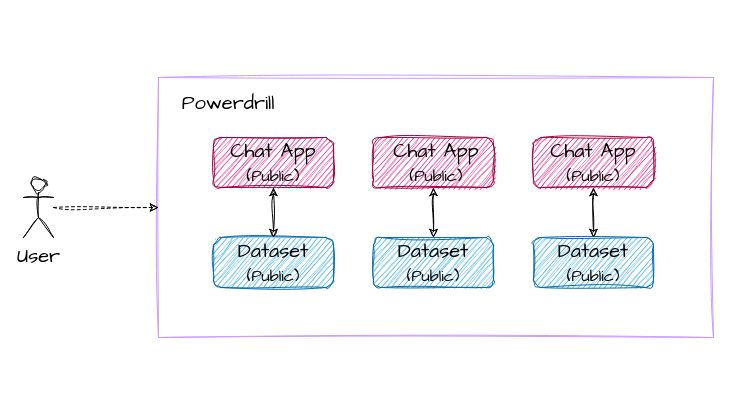
powerdrillai/powerdrill_docs keeps this draw.io diagram as images/chat_app.drawio. Above is the earlier version. Source tidied: cells renumbered, new cells numbered last; positions are measured from the earlier drawing's top-left corner, leaving out a move shared by most shapes. Both pictures are drawn from the tidied source at 100%, with x=0, y=0 at pixel (23, 77).
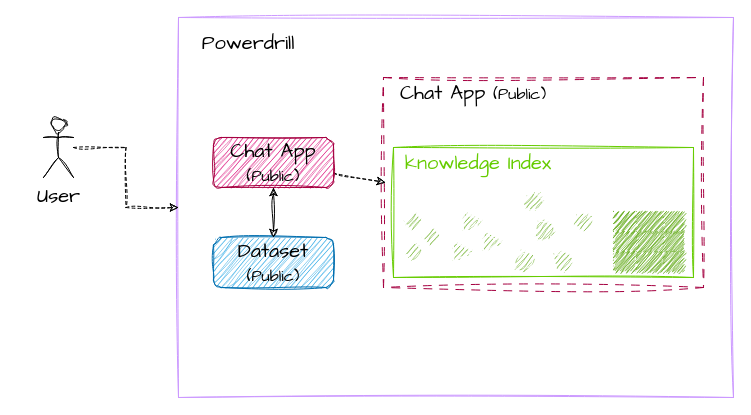
The same page after the edit.

Unchanged cells that the change refers to:
```xml
<mxCell id="17" style="rounded=1;whiteSpace=wrap;html=1;sketch=1;curveFitting=1;jiggle=2;fillColor=#d80073;fontColor=#ffffff;strokeColor=#A50040;" parent="1" vertex="1">
  <mxGeometry x="190" y="60" width="120" height="50" as="geometry" />
</mxCell>
```

The edit, as a diff of the source:
```diff
@@
     <mxCell id="2" style="rounded=0;whiteSpace=wrap;html=1;sketch=1;hachureGap=4;jiggle=2;curveFitting=1;fontFamily=Architects Daughter;fontSize=20;strokeColor=#CC99FF;" parent="1" vertex="1">
-      <mxGeometry x="135" width="555" height="260" as="geometry" />
+      <mxGeometry x="155" y="-60" width="555" height="380" as="geometry" />
     </mxCell>
-    <mxCell id="3" style="rounded=1;whiteSpace=wrap;html=1;sketch=1;curveFitting=1;jiggle=2;fillColor=#1ba1e2;fontColor=#ffffff;strokeColor=#006EAF;" parent="1" vertex="1">
-      <mxGeometry x="350" y="160" width="120" height="50" as="geometry" />
-    </mxCell>
-    <mxCell id="4" value="Dataset&lt;br&gt;&lt;font style=&quot;font-size: 16px;&quot;&gt;(Public)&lt;/font&gt;" style="text;html=1;strokeColor=none;fillColor=none;align=center;verticalAlign=middle;whiteSpace=wrap;rounded=0;fontSize=20;fontFamily=Architects Daughter;sketch=1;curveFitting=1;jiggle=2;" parent="1" vertex="1">
-      <mxGeometry x="380" y="170" width="60" height="30" as="geometry" />
-    </mxCell>
     <mxCell id="5" value="Powerdrill" style="text;html=1;strokeColor=none;fillColor=none;align=center;verticalAlign=middle;whiteSpace=wrap;rounded=0;fontSize=20;fontFamily=Architects Daughter;sketch=1;curveFitting=1;jiggle=2;" parent="1" vertex="1">
-      <mxGeometry x="175" y="10" width="60" height="30" as="geometry" />
+      <mxGeometry x="195" y="-50" width="60" height="30" as="geometry" />
     </mxCell>
@@
     <mxCell id="7" value="User" style="shape=umlActor;verticalLabelPosition=bottom;verticalAlign=top;html=1;outlineConnect=0;sketch=1;hachureGap=4;jiggle=2;curveFitting=1;fontFamily=Architects Daughter;fontSize=20;" parent="1" vertex="1">
-      <mxGeometry y="100" width="30" height="60" as="geometry" />
+      <mxGeometry x="20" y="40" width="30" height="60" as="geometry" />
     </mxCell>
-    <mxCell id="8" style="edgeStyle=orthogonalEdgeStyle;rounded=0;sketch=1;hachureGap=4;jiggle=2;curveFitting=1;jettySize=auto;html=1;entryX=0.5;entryY=0;entryDx=0;entryDy=0;fontFamily=Architects Daughter;fontSize=16;startArrow=classic;startFill=1;" parent="1" edge="1" source="9" target="3">
-      <mxGeometry relative="1" as="geometry" />
-    </mxCell>
-    <mxCell id="9" style="rounded=1;whiteSpace=wrap;html=1;sketch=1;curveFitting=1;jiggle=2;fillColor=#d80073;fontColor=#ffffff;strokeColor=#A50040;" parent="1" vertex="1">
-      <mxGeometry x="350" y="60" width="120" height="50" as="geometry" />
-    </mxCell>
-    <mxCell id="10" style="rounded=1;whiteSpace=wrap;html=1;sketch=1;curveFitting=1;jiggle=2;fillColor=#1ba1e2;fontColor=#ffffff;strokeColor=#006EAF;" parent="1" vertex="1">
-      <mxGeometry x="510" y="160" width="120" height="50" as="geometry" />
-    </mxCell>
-    <mxCell id="11" value="Dataset&lt;br&gt;&lt;font style=&quot;font-size: 16px;&quot;&gt;(Public)&lt;/font&gt;" style="text;html=1;strokeColor=none;fillColor=none;align=center;verticalAlign=middle;whiteSpace=wrap;rounded=0;fontSize=20;fontFamily=Architects Daughter;sketch=1;curveFitting=1;jiggle=2;" parent="1" vertex="1">
-      <mxGeometry x="540" y="170" width="60" height="30" as="geometry" />
-    </mxCell>
-    <mxCell id="12" style="edgeStyle=orthogonalEdgeStyle;rounded=0;sketch=1;hachureGap=4;jiggle=2;curveFitting=1;jettySize=auto;html=1;entryX=0.5;entryY=0;entryDx=0;entryDy=0;fontFamily=Architects Daughter;fontSize=16;startArrow=classic;startFill=1;" parent="1" edge="1" source="13" target="10">
-      <mxGeometry relative="1" as="geometry" />
-    </mxCell>
-    <mxCell id="13" style="rounded=1;whiteSpace=wrap;html=1;sketch=1;curveFitting=1;jiggle=2;fillColor=#d80073;fontColor=#ffffff;strokeColor=#A50040;" parent="1" vertex="1">
-      <mxGeometry x="510" y="60" width="120" height="50" as="geometry" />
-    </mxCell>
@@
+    <mxCell id="21" style="rounded=0;sketch=1;hachureGap=4;jiggle=2;curveFitting=1;jettySize=auto;html=1;entryX=0.006;entryY=0.5;entryDx=0;entryDy=0;entryPerimeter=0;fontFamily=Architects Daughter;fontSize=16;dashed=1;" parent="1" edge="1" source="17" target="22">
+      <mxGeometry relative="1" as="geometry" />
+    </mxCell>
@@
-    <mxCell id="19" value="Chat App&lt;br&gt;&lt;font style=&quot;font-size: 16px;&quot;&gt;(Public)&lt;/font&gt;" style="text;html=1;strokeColor=none;fillColor=none;align=center;verticalAlign=middle;whiteSpace=wrap;rounded=0;fontSize=20;fontFamily=Architects Daughter;sketch=1;curveFitting=1;jiggle=2;" parent="1" vertex="1">
-      <mxGeometry x="362.5" y="70" width="100" height="30" as="geometry" />
-    </mxCell>
-    <mxCell id="20" value="Chat App&lt;br&gt;&lt;font style=&quot;font-size: 16px;&quot;&gt;(Public)&lt;/font&gt;" style="text;html=1;strokeColor=none;fillColor=none;align=center;verticalAlign=middle;whiteSpace=wrap;rounded=0;fontSize=20;fontFamily=Architects Daughter;sketch=1;curveFitting=1;jiggle=2;" parent="1" vertex="1">
-      <mxGeometry x="520" y="70" width="100" height="30" as="geometry" />
-    </mxCell>
+    <mxCell id="22" style="rounded=0;whiteSpace=wrap;html=1;sketch=1;hachureGap=4;jiggle=2;curveFitting=1;fontFamily=Architects Daughter;fontSize=20;strokeColor=#A50040;dashed=1;dashPattern=8 8;" parent="1" vertex="1">
+      <mxGeometry x="360" width="320" height="210" as="geometry" />
+    </mxCell>
+    <mxCell id="23" value="Chat App&amp;nbsp;&lt;font style=&quot;font-size: 16px;&quot;&gt;(Public)&lt;/font&gt;" style="text;html=1;strokeColor=none;fillColor=none;align=center;verticalAlign=middle;whiteSpace=wrap;rounded=0;fontSize=20;fontFamily=Architects Daughter;sketch=1;curveFitting=1;jiggle=2;" parent="1" vertex="1">
+      <mxGeometry x="360" width="180" height="30" as="geometry" />
+    </mxCell>
+    <mxCell id="24" style="rhombus;whiteSpace=wrap;html=1;sketch=1;hachureGap=4;jiggle=2;curveFitting=1;fontFamily=Architects Daughter;fontSize=20;fillColor=#60a917;fontColor=#ffffff;strokeColor=#FFFFFF;" parent="1" vertex="1">
+      <mxGeometry x="380" y="134" width="20" height="20" as="geometry" />
+    </mxCell>
+    <mxCell id="25" style="triangle;whiteSpace=wrap;html=1;sketch=1;hachureGap=4;jiggle=2;curveFitting=1;fontFamily=Architects Daughter;fontSize=20;fillColor=#60a917;fontColor=#ffffff;strokeColor=#FFFFFF;" parent="1" vertex="1">
+      <mxGeometry x="440" y="134" width="20" height="20" as="geometry" />
+    </mxCell>
+    <mxCell id="26" style="ellipse;whiteSpace=wrap;html=1;sketch=1;hachureGap=4;jiggle=2;curveFitting=1;fontFamily=Architects Daughter;fontSize=20;fillColor=#60a917;fontColor=#ffffff;strokeColor=#FFFFFF;" parent="1" vertex="1">
+      <mxGeometry x="510" y="144" width="20" height="20" as="geometry" />
+    </mxCell>
+    <mxCell id="27" style="ellipse;whiteSpace=wrap;html=1;sketch=1;hachureGap=4;jiggle=2;curveFitting=1;fontFamily=Architects Daughter;fontSize=20;fillColor=#60a917;fontColor=#ffffff;strokeColor=#FFFFFF;" parent="1" vertex="1">
+      <mxGeometry x="490" y="174" width="20" height="20" as="geometry" />
+    </mxCell>
+    <mxCell id="28" style="ellipse;whiteSpace=wrap;html=1;sketch=1;hachureGap=4;jiggle=2;curveFitting=1;fontFamily=Architects Daughter;fontSize=20;fillColor=#60a917;fontColor=#ffffff;strokeColor=#FFFFFF;" parent="1" vertex="1">
+      <mxGeometry x="530" y="174" width="20" height="20" as="geometry" />
+    </mxCell>
+    <mxCell id="29" style="ellipse;whiteSpace=wrap;html=1;sketch=1;hachureGap=4;jiggle=2;curveFitting=1;fontFamily=Architects Daughter;fontSize=20;fillColor=#60a917;fontColor=#ffffff;strokeColor=#FFFFFF;" parent="1" vertex="1">
+      <mxGeometry x="500" y="114" width="20" height="20" as="geometry" />
+    </mxCell>
+    <mxCell id="30" style="endArrow=none;html=1;rounded=0;sketch=1;hachureGap=4;jiggle=2;curveFitting=1;fontFamily=Architects Daughter;fontSize=16;entryX=0.5;entryY=1;entryDx=0;entryDy=0;exitX=0;exitY=0;exitDx=0;exitDy=0;fillColor=#60a917;strokeColor=#FFFFFF;" parent="1" edge="1" source="26" target="29">
+      <mxGeometry relative="1" as="geometry" />
+    </mxCell>
+    <mxCell id="31" style="endArrow=none;html=1;rounded=0;sketch=1;hachureGap=4;jiggle=2;curveFitting=1;fontFamily=Architects Daughter;fontSize=16;entryX=0.5;entryY=1;entryDx=0;entryDy=0;exitX=1;exitY=0;exitDx=0;exitDy=0;fillColor=#60a917;strokeColor=#FFFFFF;" parent="1" edge="1" source="27" target="26">
+      <mxGeometry relative="1" as="geometry" />
+    </mxCell>
+    <mxCell id="32" style="endArrow=none;html=1;rounded=0;sketch=1;hachureGap=4;jiggle=2;curveFitting=1;fontFamily=Architects Daughter;fontSize=16;entryX=1;entryY=1;entryDx=0;entryDy=0;exitX=0;exitY=0;exitDx=0;exitDy=0;fillColor=#60a917;strokeColor=#FFFFFF;" parent="1" edge="1" source="28" target="26">
+      <mxGeometry relative="1" as="geometry" />
+    </mxCell>
+    <mxCell id="33" style="ellipse;whiteSpace=wrap;html=1;sketch=1;hachureGap=4;jiggle=2;curveFitting=1;fontFamily=Architects Daughter;fontSize=20;fillColor=#60a917;fontColor=#ffffff;strokeColor=#FFFFFF;" parent="1" vertex="1">
+      <mxGeometry x="550" y="134" width="20" height="20" as="geometry" />
+    </mxCell>
+    <mxCell id="34" style="endArrow=none;html=1;rounded=0;sketch=1;hachureGap=4;jiggle=2;curveFitting=1;fontFamily=Architects Daughter;fontSize=16;entryX=0;entryY=0.5;entryDx=0;entryDy=0;exitX=1;exitY=0.5;exitDx=0;exitDy=0;fillColor=#60a917;strokeColor=#FFFFFF;" parent="1" edge="1" source="26" target="33">
+      <mxGeometry relative="1" as="geometry" />
+    </mxCell>
+    <mxCell id="35" style="triangle;whiteSpace=wrap;html=1;sketch=1;hachureGap=4;jiggle=2;curveFitting=1;fontFamily=Architects Daughter;fontSize=20;fillColor=#60a917;fontColor=#ffffff;strokeColor=#FFFFFF;" parent="1" vertex="1">
+      <mxGeometry x="430" y="164" width="20" height="20" as="geometry" />
+    </mxCell>
+    <mxCell id="36" style="triangle;whiteSpace=wrap;html=1;sketch=1;hachureGap=4;jiggle=2;curveFitting=1;fontFamily=Architects Daughter;fontSize=20;fillColor=#60a917;fontColor=#ffffff;strokeColor=#FFFFFF;" parent="1" vertex="1">
+      <mxGeometry x="460" y="154" width="20" height="20" as="geometry" />
+    </mxCell>
+    <mxCell id="37" style="rhombus;whiteSpace=wrap;html=1;sketch=1;hachureGap=4;jiggle=2;curveFitting=1;fontFamily=Architects Daughter;fontSize=20;fillColor=#60a917;fontColor=#ffffff;strokeColor=#FFFFFF;" parent="1" vertex="1">
+      <mxGeometry x="380" y="164" width="20" height="20" as="geometry" />
+    </mxCell>
+    <mxCell id="38" style="rhombus;whiteSpace=wrap;html=1;sketch=1;hachureGap=4;jiggle=2;curveFitting=1;fontFamily=Architects Daughter;fontSize=20;fillColor=#60a917;fontColor=#ffffff;strokeColor=#FFFFFF;" parent="1" vertex="1">
+      <mxGeometry x="398" y="149" width="20" height="20" as="geometry" />
+    </mxCell>
+    <mxCell id="39" style="shape=table;startSize=0;childLayout=tableLayout;fontSize=16;sketch=1;hachureGap=4;jiggle=2;curveFitting=1;fontFamily=Architects Daughter;fillColor=#60a917;fontColor=#ffffff;strokeColor=#FFFFFF;" parent="1" vertex="1">
+      <mxGeometry x="590" y="134" width="70" height="60" as="geometry" />
+    </mxCell>
+    <mxCell id="40" style="shape=tableRow;horizontal=0;startSize=0;swimlaneHead=0;swimlaneBody=0;strokeColor=#FFFFFF;top=0;left=0;bottom=0;right=0;fillColor=#60a917;fontSize=16;sketch=1;hachureGap=4;jiggle=2;curveFitting=1;fontFamily=Architects Daughter;fontColor=#ffffff;" parent="39" vertex="1">
+      <mxGeometry width="70" height="20" as="geometry" />
+    </mxCell>
+    <mxCell id="41" style="shape=partialRectangle;html=1;whiteSpace=wrap;strokeColor=#FFFFFF;overflow=hidden;fillColor=#60a917;top=0;left=0;bottom=0;right=0;fontSize=16;sketch=1;hachureGap=4;jiggle=2;curveFitting=1;fontFamily=Architects Daughter;fontColor=#ffffff;" parent="40" vertex="1">
+      <mxGeometry width="23" height="20" as="geometry" />
+    </mxCell>
+    <mxCell id="42" style="shape=partialRectangle;html=1;whiteSpace=wrap;strokeColor=#FFFFFF;overflow=hidden;fillColor=#60a917;top=0;left=0;bottom=0;right=0;fontSize=16;sketch=1;hachureGap=4;jiggle=2;curveFitting=1;fontFamily=Architects Daughter;fontColor=#ffffff;" parent="40" vertex="1">
+      <mxGeometry x="23" width="27" height="20" as="geometry" />
+    </mxCell>
+    <mxCell id="43" style="shape=partialRectangle;html=1;whiteSpace=wrap;strokeColor=#FFFFFF;overflow=hidden;fillColor=#60a917;top=0;left=0;bottom=0;right=0;fontSize=16;sketch=1;hachureGap=4;jiggle=2;curveFitting=1;fontFamily=Architects Daughter;fontColor=#ffffff;" parent="40" vertex="1">
+      <mxGeometry x="50" width="20" height="20" as="geometry" />
+    </mxCell>
+    <mxCell id="44" style="shape=tableRow;horizontal=0;startSize=0;swimlaneHead=0;swimlaneBody=0;strokeColor=#FFFFFF;top=0;left=0;bottom=0;right=0;fillColor=#60a917;fontSize=16;sketch=1;hachureGap=4;jiggle=2;curveFitting=1;fontFamily=Architects Daughter;fontColor=#ffffff;" parent="39" vertex="1">
+      <mxGeometry y="20" width="70" height="20" as="geometry" />
+    </mxCell>
+    <mxCell id="45" style="shape=partialRectangle;html=1;whiteSpace=wrap;strokeColor=#FFFFFF;overflow=hidden;fillColor=#60a917;top=0;left=0;bottom=0;right=0;fontSize=16;sketch=1;hachureGap=4;jiggle=2;curveFitting=1;fontFamily=Architects Daughter;fontColor=#ffffff;" parent="44" vertex="1">
+      <mxGeometry width="23" height="20" as="geometry" />
+    </mxCell>
+    <mxCell id="46" style="shape=partialRectangle;html=1;whiteSpace=wrap;strokeColor=#FFFFFF;overflow=hidden;fillColor=#60a917;top=0;left=0;bottom=0;right=0;fontSize=16;sketch=1;hachureGap=4;jiggle=2;curveFitting=1;fontFamily=Architects Daughter;fontColor=#ffffff;" parent="44" vertex="1">
+      <mxGeometry x="23" width="27" height="20" as="geometry" />
+    </mxCell>
+    <mxCell id="47" style="shape=partialRectangle;html=1;whiteSpace=wrap;strokeColor=#FFFFFF;overflow=hidden;fillColor=#60a917;top=0;left=0;bottom=0;right=0;fontSize=16;sketch=1;hachureGap=4;jiggle=2;curveFitting=1;fontFamily=Architects Daughter;fontColor=#ffffff;" parent="44" vertex="1">
+      <mxGeometry x="50" width="20" height="20" as="geometry" />
+    </mxCell>
+    <mxCell id="48" style="shape=tableRow;horizontal=0;startSize=0;swimlaneHead=0;swimlaneBody=0;strokeColor=#FFFFFF;top=0;left=0;bottom=0;right=0;fillColor=#60a917;fontSize=16;sketch=1;hachureGap=4;jiggle=2;curveFitting=1;fontFamily=Architects Daughter;fontColor=#ffffff;" parent="39" vertex="1">
+      <mxGeometry y="40" width="70" height="20" as="geometry" />
+    </mxCell>
+    <mxCell id="49" style="shape=partialRectangle;html=1;whiteSpace=wrap;strokeColor=#FFFFFF;overflow=hidden;fillColor=#60a917;top=0;left=0;bottom=0;right=0;fontSize=16;sketch=1;hachureGap=4;jiggle=2;curveFitting=1;fontFamily=Architects Daughter;fontColor=#ffffff;" parent="48" vertex="1">
+      <mxGeometry width="23" height="20" as="geometry" />
+    </mxCell>
+    <mxCell id="50" style="shape=partialRectangle;html=1;whiteSpace=wrap;strokeColor=#FFFFFF;overflow=hidden;fillColor=#60a917;top=0;left=0;bottom=0;right=0;fontSize=16;sketch=1;hachureGap=4;jiggle=2;curveFitting=1;fontFamily=Architects Daughter;fontColor=#ffffff;" parent="48" vertex="1">
+      <mxGeometry x="23" width="27" height="20" as="geometry" />
+    </mxCell>
+    <mxCell id="51" style="shape=partialRectangle;html=1;whiteSpace=wrap;strokeColor=#FFFFFF;overflow=hidden;fillColor=#60a917;top=0;left=0;bottom=0;right=0;fontSize=16;sketch=1;hachureGap=4;jiggle=2;curveFitting=1;fontFamily=Architects Daughter;fontColor=#ffffff;" parent="48" vertex="1">
+      <mxGeometry x="50" width="20" height="20" as="geometry" />
+    </mxCell>
+    <mxCell id="52" style="rounded=0;whiteSpace=wrap;html=1;sketch=1;hachureGap=4;jiggle=2;curveFitting=1;fontFamily=Architects Daughter;fontSize=20;strokeColor=#66CC00;fillColor=none;" parent="1" vertex="1">
+      <mxGeometry x="370" y="70" width="300" height="130" as="geometry" />
+    </mxCell>
+    <mxCell id="53" value="&lt;font color=&quot;#66cc00&quot;&gt;knowledge Index&lt;/font&gt;" style="text;html=1;strokeColor=none;fillColor=none;align=center;verticalAlign=middle;whiteSpace=wrap;rounded=0;fontSize=20;fontFamily=Architects Daughter;sketch=1;curveFitting=1;jiggle=2;" parent="1" vertex="1">
+      <mxGeometry x="374" y="70" width="162" height="30" as="geometry" />
+    </mxCell>
```
